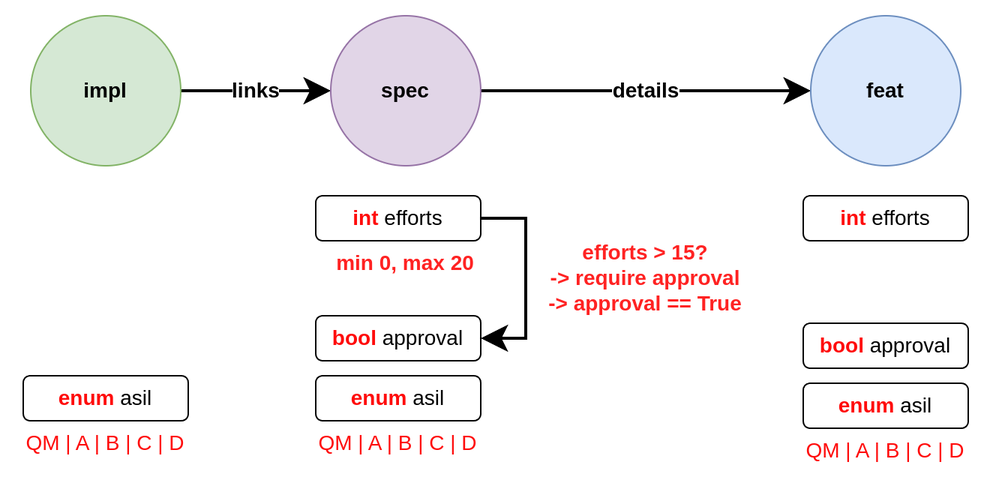
Before: docs/schema/02_local_check.drawio.png, a diagram exported from draw.io (useblocks/sphinx-needs). Source tidied: cells renumbered, new cells last; positions are measured from the earlier drawing's top-left corner, leaving out a move shared by most shapes.
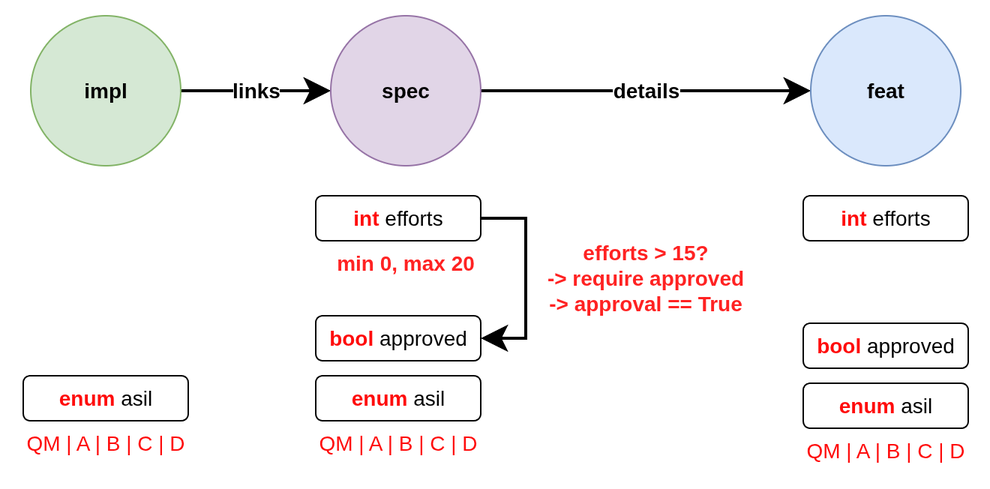
The same file after the commit.

What changed in the source:
```diff
@@ -28,7 +28,7 @@
     <mxCell id="8" value="&lt;b&gt;&lt;font style=&quot;color: rgb(255, 12, 12);&quot;&gt;int&lt;/font&gt;&lt;/b&gt;&amp;nbsp;efforts" style="rounded=1;whiteSpace=wrap;html=1;fontFamily=Helvetica;fontSize=14;fontColor=default;labelBackgroundColor=default;" parent="1" vertex="1">
       <mxGeometry x="200" y="120" width="110" height="30" as="geometry" />
     </mxCell>
-    <mxCell id="9" value="&lt;b&gt;&lt;font style=&quot;color: rgb(255, 12, 12);&quot;&gt;bool&lt;/font&gt;&lt;/b&gt;&amp;nbsp;approval" style="rounded=1;whiteSpace=wrap;html=1;fontFamily=Helvetica;fontSize=14;fontColor=default;labelBackgroundColor=default;" parent="1" vertex="1">
+    <mxCell id="9" value="&lt;b&gt;&lt;font style=&quot;color: rgb(255, 12, 12);&quot;&gt;bool&lt;/font&gt;&lt;/b&gt;&amp;nbsp;approved" style="rounded=1;whiteSpace=wrap;html=1;fontFamily=Helvetica;fontSize=14;fontColor=default;labelBackgroundColor=default;" parent="1" vertex="1">
       <mxGeometry x="200" y="200" width="110" height="30" as="geometry" />
     </mxCell>
     <mxCell id="10" value="&lt;b&gt;&lt;font style=&quot;color: rgb(255, 12, 12);&quot;&gt;enum&lt;/font&gt;&lt;/b&gt;&amp;nbsp;asil" style="rounded=1;whiteSpace=wrap;html=1;fontFamily=Helvetica;fontSize=14;fontColor=default;labelBackgroundColor=default;" parent="1" vertex="1">
@@ -40,7 +40,7 @@
     <mxCell id="12" value="&lt;b&gt;&lt;font style=&quot;color: rgb(255, 12, 12);&quot;&gt;int&lt;/font&gt;&lt;/b&gt;&amp;nbsp;efforts" style="rounded=1;whiteSpace=wrap;html=1;fontFamily=Helvetica;fontSize=14;fontColor=default;labelBackgroundColor=default;" parent="1" vertex="1">
       <mxGeometry x="525" y="120" width="110" height="30" as="geometry" />
     </mxCell>
-    <mxCell id="13" value="&lt;b&gt;&lt;font style=&quot;color: rgb(255, 12, 12);&quot;&gt;bool&lt;/font&gt;&lt;/b&gt;&amp;nbsp;approval" style="rounded=1;whiteSpace=wrap;html=1;fontFamily=Helvetica;fontSize=14;fontColor=default;labelBackgroundColor=default;" parent="1" vertex="1">
+    <mxCell id="13" value="&lt;b&gt;&lt;font style=&quot;color: rgb(255, 12, 12);&quot;&gt;bool&lt;/font&gt;&lt;/b&gt;&amp;nbsp;approved" style="rounded=1;whiteSpace=wrap;html=1;fontFamily=Helvetica;fontSize=14;fontColor=default;labelBackgroundColor=default;" parent="1" vertex="1">
       <mxGeometry x="525" y="205" width="110" height="30" as="geometry" />
     </mxCell>
     <mxCell id="14" value="&lt;b&gt;&lt;font style=&quot;color: rgb(255, 12, 12);&quot;&gt;enum&lt;/font&gt;&lt;/b&gt;&amp;nbsp;asil" style="rounded=1;whiteSpace=wrap;html=1;fontFamily=Helvetica;fontSize=14;fontColor=default;labelBackgroundColor=default;" parent="1" vertex="1">
@@ -55,7 +55,7 @@
     <mxCell id="17" value="&lt;font style=&quot;color: rgb(255, 12, 12);&quot;&gt;QM | A | B | C | D&lt;/font&gt;" style="text;html=1;align=center;verticalAlign=middle;whiteSpace=wrap;rounded=0;fontFamily=Helvetica;fontSize=14;fontColor=default;labelBackgroundColor=default;" parent="1" vertex="1">
       <mxGeometry x="520" y="275" width="120" height="30" as="geometry" />
     </mxCell>
-    <mxCell id="18" value="efforts &amp;gt; 15?&lt;br&gt;-&amp;gt; require approval&lt;br&gt;-&amp;gt; approval == True" style="text;html=1;align=center;verticalAlign=middle;whiteSpace=wrap;rounded=0;fontFamily=Helvetica;fontSize=14;fontColor=#FF2222;labelBackgroundColor=default;fontStyle=1;" parent="1" vertex="1">
+    <mxCell id="18" value="efforts &amp;gt; 15?&lt;br&gt;-&amp;gt; require approved&lt;br&gt;-&amp;gt; approval == True" style="text;html=1;align=center;verticalAlign=middle;whiteSpace=wrap;rounded=0;fontFamily=Helvetica;fontSize=14;fontColor=#FF2222;labelBackgroundColor=default;fontStyle=1;" parent="1" vertex="1">
       <mxGeometry x="350" y="160" width="140" height="30" as="geometry" />
     </mxCell>
     <mxCell id="19" value="min 0, max 20" style="text;html=1;align=center;verticalAlign=middle;whiteSpace=wrap;rounded=0;fontFamily=Helvetica;fontSize=14;fontColor=#FF2222;labelBackgroundColor=default;fontStyle=1;" parent="1" vertex="1">
```
